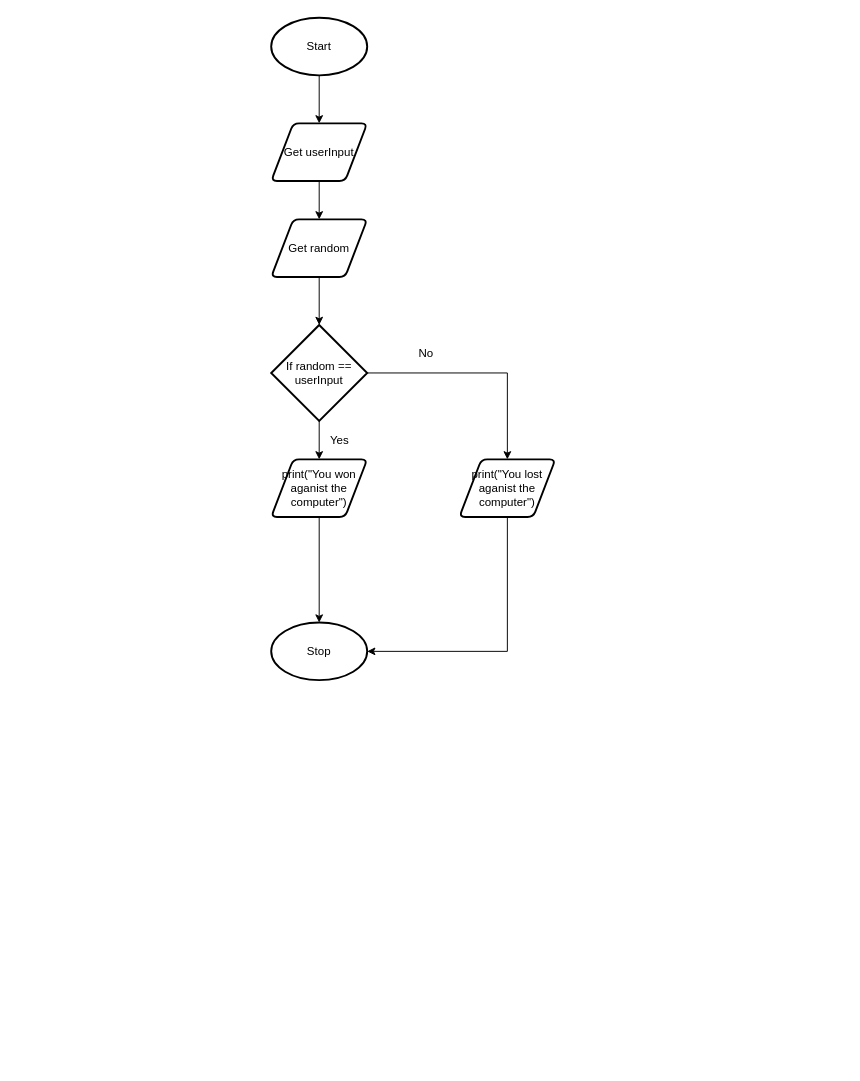
The draw.io diagram design/flowchart.drawio in michael-clermont1/ics4u-assignment-1-typescript, before the edit. Source tidied: cells renumbered, new cells numbered last; positions are measured from the earlier drawing's top-left corner, leaving out a move shared by most shapes. Both pictures are drawn from the tidied source at 96%, with x=0, y=0 at pixel (271, 17).
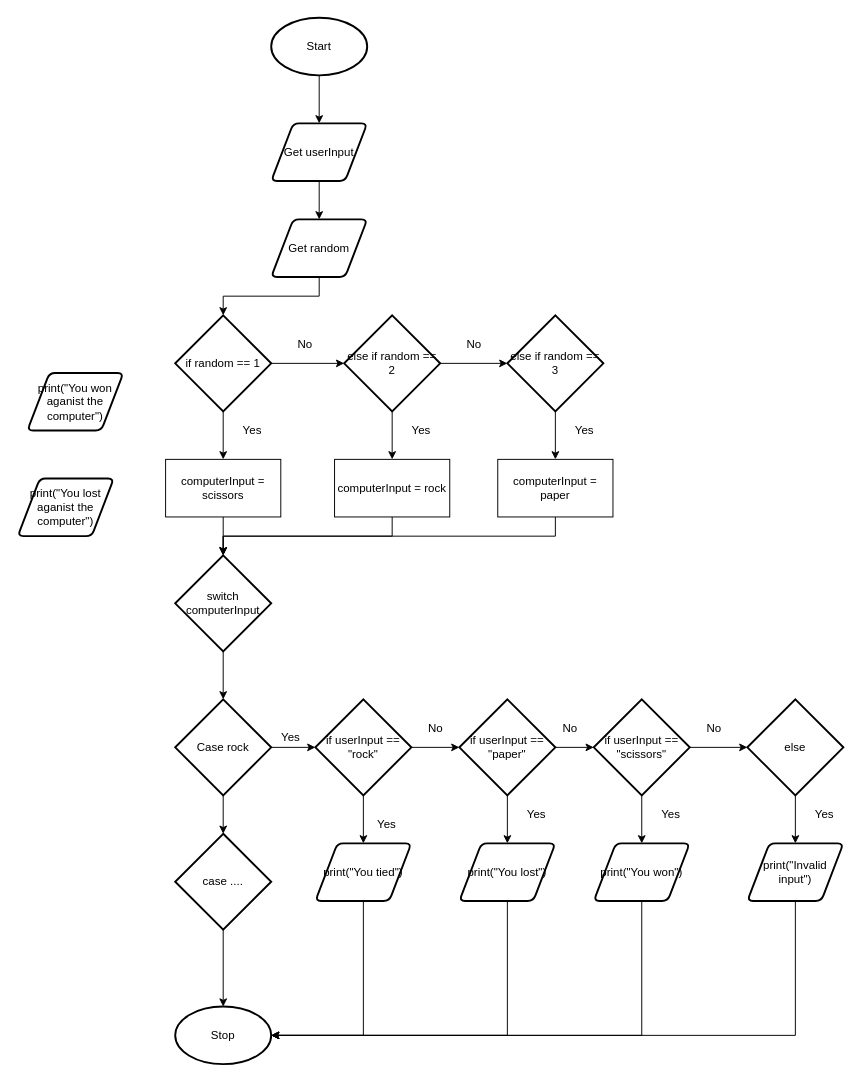
After the change.

Unchanged cells that the change refers to:
```xml
<mxCell id="7" value="Get random" style="shape=parallelogram;html=1;strokeWidth=2;perimeter=parallelogramPerimeter;whiteSpace=wrap;rounded=1;arcSize=12;size=0.23;" parent="1" vertex="1">
  <mxGeometry y="210" width="100" height="60" as="geometry" />
</mxCell>
```

What changed in the source:
```diff
@@
-    <mxCell id="6" style="edgeStyle=orthogonalEdgeStyle;rounded=0;html=1;entryX=0.5;entryY=0;entryDx=0;entryDy=0;entryPerimeter=0;" parent="1" edge="1" source="7" target="10">
-      <mxGeometry relative="1" as="geometry" />
-    </mxCell>
+    <mxCell id="18" style="edgeStyle=orthogonalEdgeStyle;html=1;entryX=0.5;entryY=0;entryDx=0;entryDy=0;entryPerimeter=0;rounded=0;" parent="1" edge="1" source="7" target="22">
+      <mxGeometry relative="1" as="geometry" />
+    </mxCell>
@@
-    <mxCell id="8" style="edgeStyle=orthogonalEdgeStyle;rounded=0;html=1;entryX=0.5;entryY=0;entryDx=0;entryDy=0;" parent="1" edge="1" source="10" target="12">
-      <mxGeometry relative="1" as="geometry" />
-    </mxCell>
-    <mxCell id="9" style="edgeStyle=orthogonalEdgeStyle;rounded=0;html=1;entryX=0.5;entryY=0;entryDx=0;entryDy=0;" parent="1" edge="1" source="10" target="15">
-      <mxGeometry relative="1" as="geometry" />
-    </mxCell>
+    <mxCell id="19" style="edgeStyle=orthogonalEdgeStyle;rounded=0;html=1;entryX=0.5;entryY=0;entryDx=0;entryDy=0;entryPerimeter=0;" parent="1" edge="1" source="10" target="40">
+      <mxGeometry relative="1" as="geometry" />
+    </mxCell>
-    <mxCell id="10" value="If random == userInput" style="strokeWidth=2;html=1;shape=mxgraph.flowchart.decision;whiteSpace=wrap;" parent="1" vertex="1">
-      <mxGeometry y="320" width="100" height="100" as="geometry" />
+    <mxCell id="10" value="switch computerInput" style="strokeWidth=2;html=1;shape=mxgraph.flowchart.decision;whiteSpace=wrap;" parent="1" vertex="1">
+      <mxGeometry x="-100" y="560" width="100" height="100" as="geometry" />
     </mxCell>
-    <mxCell id="11" style="edgeStyle=orthogonalEdgeStyle;rounded=0;html=1;entryX=0.5;entryY=0;entryDx=0;entryDy=0;entryPerimeter=0;" parent="1" edge="1" source="12" target="13">
-      <mxGeometry relative="1" as="geometry" />
-    </mxCell>
     <mxCell id="12" value="print(&quot;You won aganist the computer&quot;)" style="shape=parallelogram;html=1;strokeWidth=2;perimeter=parallelogramPerimeter;whiteSpace=wrap;rounded=1;arcSize=12;size=0.23;" parent="1" vertex="1">
-      <mxGeometry y="460" width="100" height="60" as="geometry" />
+      <mxGeometry x="-254" y="370" width="100" height="60" as="geometry" />
     </mxCell>
     <mxCell id="13" value="Stop" style="strokeWidth=2;html=1;shape=mxgraph.flowchart.start_1;whiteSpace=wrap;" parent="1" vertex="1">
-      <mxGeometry y="630" width="100" height="60" as="geometry" />
+      <mxGeometry x="-100" y="1030" width="100" height="60" as="geometry" />
     </mxCell>
-    <mxCell id="14" style="edgeStyle=orthogonalEdgeStyle;rounded=0;html=1;entryX=1;entryY=0.5;entryDx=0;entryDy=0;entryPerimeter=0;" parent="1" edge="1" source="15" target="13">
-      <mxGeometry relative="1" as="geometry">
-        <Array as="points">
-          <mxPoint x="246" y="660" />
-        </Array>
-      </mxGeometry>
-    </mxCell>
     <mxCell id="15" value="print(&quot;You lost aganist the computer&quot;)" style="shape=parallelogram;html=1;strokeWidth=2;perimeter=parallelogramPerimeter;whiteSpace=wrap;rounded=1;arcSize=12;size=0.23;" parent="1" vertex="1">
-      <mxGeometry x="196" y="460" width="100" height="60" as="geometry" />
+      <mxGeometry x="-264" y="480" width="100" height="60" as="geometry" />
     </mxCell>
-    <mxCell id="16" value="No" style="text;html=1;align=center;verticalAlign=middle;strokeColor=none;fillColor=none;" parent="1" vertex="1">
-      <mxGeometry x="146" y="340" width="30" height="20" as="geometry" />
-    </mxCell>
     <mxCell id="17" value="Yes" style="text;html=1;align=center;verticalAlign=middle;strokeColor=none;fillColor=none;" parent="1" vertex="1">
-      <mxGeometry x="51" y="430" width="40" height="20" as="geometry" />
+      <mxGeometry x="-40" y="420" width="40" height="20" as="geometry" />
     </mxCell>
+    <mxCell id="20" style="edgeStyle=orthogonalEdgeStyle;rounded=0;html=1;entryX=0;entryY=0.5;entryDx=0;entryDy=0;entryPerimeter=0;" parent="1" edge="1" source="22" target="27">
+      <mxGeometry relative="1" as="geometry" />
+    </mxCell>
+    <mxCell id="21" style="edgeStyle=orthogonalEdgeStyle;rounded=0;html=1;entryX=0.5;entryY=0;entryDx=0;entryDy=0;" parent="1" edge="1" source="22" target="24">
+      <mxGeometry relative="1" as="geometry" />
+    </mxCell>
+    <mxCell id="22" value="if random == 1" style="strokeWidth=2;html=1;shape=mxgraph.flowchart.decision;whiteSpace=wrap;" parent="1" vertex="1">
+      <mxGeometry x="-100" y="310" width="100" height="100" as="geometry" />
+    </mxCell>
+    <mxCell id="23" style="edgeStyle=orthogonalEdgeStyle;rounded=0;html=1;entryX=0.5;entryY=0;entryDx=0;entryDy=0;entryPerimeter=0;" parent="1" edge="1" source="24" target="10">
+      <mxGeometry relative="1" as="geometry" />
+    </mxCell>
+    <mxCell id="24" value="computerInput = scissors" style="rounded=0;whiteSpace=wrap;html=1;" parent="1" vertex="1">
+      <mxGeometry x="-110" y="460" width="120" height="60" as="geometry" />
+    </mxCell>
+    <mxCell id="25" style="edgeStyle=orthogonalEdgeStyle;rounded=0;html=1;entryX=0;entryY=0.5;entryDx=0;entryDy=0;entryPerimeter=0;" parent="1" edge="1" source="27" target="33">
+      <mxGeometry relative="1" as="geometry" />
+    </mxCell>
+    <mxCell id="26" style="edgeStyle=orthogonalEdgeStyle;rounded=0;html=1;entryX=0.5;entryY=0;entryDx=0;entryDy=0;" parent="1" edge="1" source="27" target="29">
+      <mxGeometry relative="1" as="geometry" />
+    </mxCell>
+    <mxCell id="27" value="else if random == 2" style="strokeWidth=2;html=1;shape=mxgraph.flowchart.decision;whiteSpace=wrap;" parent="1" vertex="1">
+      <mxGeometry x="76" y="310" width="100" height="100" as="geometry" />
+    </mxCell>
+    <mxCell id="28" style="edgeStyle=orthogonalEdgeStyle;rounded=0;html=1;entryX=0.5;entryY=0;entryDx=0;entryDy=0;entryPerimeter=0;" parent="1" edge="1" source="29" target="10">
+      <mxGeometry relative="1" as="geometry">
+        <Array as="points">
+          <mxPoint x="126" y="540" />
+          <mxPoint x="-50" y="540" />
+        </Array>
+      </mxGeometry>
+    </mxCell>
+    <mxCell id="29" value="computerInput = rock" style="rounded=0;whiteSpace=wrap;html=1;" parent="1" vertex="1">
+      <mxGeometry x="66" y="460" width="120" height="60" as="geometry" />
+    </mxCell>
+    <mxCell id="30" style="edgeStyle=orthogonalEdgeStyle;rounded=0;html=1;entryX=0.5;entryY=0;entryDx=0;entryDy=0;entryPerimeter=0;" parent="1" edge="1" source="31" target="10">
+      <mxGeometry relative="1" as="geometry">
+        <Array as="points">
+          <mxPoint x="296" y="540" />
+          <mxPoint x="-50" y="540" />
+        </Array>
+      </mxGeometry>
+    </mxCell>
+    <mxCell id="31" value="computerInput = paper" style="rounded=0;whiteSpace=wrap;html=1;" parent="1" vertex="1">
+      <mxGeometry x="236" y="460" width="120" height="60" as="geometry" />
+    </mxCell>
+    <mxCell id="32" style="edgeStyle=orthogonalEdgeStyle;rounded=0;html=1;entryX=0.5;entryY=0;entryDx=0;entryDy=0;" parent="1" edge="1" source="33" target="31">
+      <mxGeometry relative="1" as="geometry" />
+    </mxCell>
+    <mxCell id="33" value="else if random == 3" style="strokeWidth=2;html=1;shape=mxgraph.flowchart.decision;whiteSpace=wrap;" parent="1" vertex="1">
+      <mxGeometry x="246" y="310" width="100" height="100" as="geometry" />
+    </mxCell>
+    <mxCell id="34" value="No" style="text;html=1;align=center;verticalAlign=middle;strokeColor=none;fillColor=none;" parent="1" vertex="1">
+      <mxGeometry x="19.5" y="330" width="30" height="20" as="geometry" />
+    </mxCell>
+    <mxCell id="35" value="No" style="text;html=1;align=center;verticalAlign=middle;strokeColor=none;fillColor=none;" parent="1" vertex="1">
+      <mxGeometry x="196" y="330" width="30" height="20" as="geometry" />
+    </mxCell>
+    <mxCell id="36" value="Yes" style="text;html=1;align=center;verticalAlign=middle;strokeColor=none;fillColor=none;" parent="1" vertex="1">
+      <mxGeometry x="136" y="420" width="40" height="20" as="geometry" />
+    </mxCell>
+    <mxCell id="37" value="Yes" style="text;html=1;align=center;verticalAlign=middle;strokeColor=none;fillColor=none;" parent="1" vertex="1">
+      <mxGeometry x="306" y="420" width="40" height="20" as="geometry" />
+    </mxCell>
+    <mxCell id="38" style="edgeStyle=orthogonalEdgeStyle;rounded=0;html=1;entryX=0;entryY=0.5;entryDx=0;entryDy=0;entryPerimeter=0;" parent="1" edge="1" source="40" target="43">
+      <mxGeometry relative="1" as="geometry" />
+    </mxCell>
+    <mxCell id="39" style="edgeStyle=orthogonalEdgeStyle;rounded=0;html=1;entryX=0.5;entryY=0;entryDx=0;entryDy=0;entryPerimeter=0;" parent="1" edge="1" source="40" target="69">
+      <mxGeometry relative="1" as="geometry" />
+    </mxCell>
+    <mxCell id="40" value="Case rock" style="strokeWidth=2;html=1;shape=mxgraph.flowchart.decision;whiteSpace=wrap;" parent="1" vertex="1">
+      <mxGeometry x="-100" y="710" width="100" height="100" as="geometry" />
+    </mxCell>
+    <mxCell id="41" style="edgeStyle=orthogonalEdgeStyle;rounded=0;html=1;entryX=0.5;entryY=0;entryDx=0;entryDy=0;" parent="1" edge="1" source="43" target="51">
+      <mxGeometry relative="1" as="geometry" />
+    </mxCell>
+    <mxCell id="42" style="edgeStyle=orthogonalEdgeStyle;rounded=0;html=1;entryX=0;entryY=0.5;entryDx=0;entryDy=0;entryPerimeter=0;" parent="1" edge="1" source="43" target="46">
+      <mxGeometry relative="1" as="geometry" />
+    </mxCell>
+    <mxCell id="43" value="if userInput == &quot;rock&quot;" style="strokeWidth=2;html=1;shape=mxgraph.flowchart.decision;whiteSpace=wrap;" parent="1" vertex="1">
+      <mxGeometry x="46" y="710" width="100" height="100" as="geometry" />
+    </mxCell>
+    <mxCell id="44" style="edgeStyle=orthogonalEdgeStyle;rounded=0;html=1;entryX=0.5;entryY=0;entryDx=0;entryDy=0;" parent="1" edge="1" source="46" target="53">
+      <mxGeometry relative="1" as="geometry" />
+    </mxCell>
+    <mxCell id="45" style="edgeStyle=orthogonalEdgeStyle;rounded=0;html=1;entryX=0;entryY=0.5;entryDx=0;entryDy=0;entryPerimeter=0;" parent="1" edge="1" source="46" target="49">
+      <mxGeometry relative="1" as="geometry" />
+    </mxCell>
+    <mxCell id="46" value="if userInput == &quot;paper&quot;" style="strokeWidth=2;html=1;shape=mxgraph.flowchart.decision;whiteSpace=wrap;" parent="1" vertex="1">
+      <mxGeometry x="196" y="710" width="100" height="100" as="geometry" />
+    </mxCell>
+    <mxCell id="47" style="edgeStyle=orthogonalEdgeStyle;rounded=0;html=1;entryX=0.5;entryY=0;entryDx=0;entryDy=0;" parent="1" edge="1" source="49" target="55">
+      <mxGeometry relative="1" as="geometry" />
+    </mxCell>
+    <mxCell id="48" style="edgeStyle=orthogonalEdgeStyle;rounded=0;html=1;entryX=0;entryY=0.5;entryDx=0;entryDy=0;entryPerimeter=0;" parent="1" edge="1" source="49" target="57">
+      <mxGeometry relative="1" as="geometry" />
+    </mxCell>
+    <mxCell id="49" value="if userInput == &quot;scissors&quot;" style="strokeWidth=2;html=1;shape=mxgraph.flowchart.decision;whiteSpace=wrap;" parent="1" vertex="1">
+      <mxGeometry x="336" y="710" width="100" height="100" as="geometry" />
+    </mxCell>
+    <mxCell id="50" style="edgeStyle=orthogonalEdgeStyle;rounded=0;html=1;entryX=1;entryY=0.5;entryDx=0;entryDy=0;entryPerimeter=0;" parent="1" edge="1" source="51" target="13">
+      <mxGeometry relative="1" as="geometry">
+        <Array as="points">
+          <mxPoint x="96" y="1060" />
+        </Array>
+      </mxGeometry>
+    </mxCell>
+    <mxCell id="51" value="print(&quot;You tied&quot;)" style="shape=parallelogram;html=1;strokeWidth=2;perimeter=parallelogramPerimeter;whiteSpace=wrap;rounded=1;arcSize=12;size=0.23;" parent="1" vertex="1">
+      <mxGeometry x="46" y="860" width="100" height="60" as="geometry" />
+    </mxCell>
+    <mxCell id="52" style="edgeStyle=orthogonalEdgeStyle;rounded=0;html=1;entryX=1;entryY=0.5;entryDx=0;entryDy=0;entryPerimeter=0;" parent="1" edge="1" source="53" target="13">
+      <mxGeometry relative="1" as="geometry">
+        <Array as="points">
+          <mxPoint x="246" y="1060" />
+        </Array>
+      </mxGeometry>
+    </mxCell>
+    <mxCell id="53" value="print(&quot;You lost&quot;)" style="shape=parallelogram;html=1;strokeWidth=2;perimeter=parallelogramPerimeter;whiteSpace=wrap;rounded=1;arcSize=12;size=0.23;" parent="1" vertex="1">
+      <mxGeometry x="196" y="860" width="100" height="60" as="geometry" />
+    </mxCell>
+    <mxCell id="54" style="edgeStyle=orthogonalEdgeStyle;rounded=0;html=1;entryX=1;entryY=0.5;entryDx=0;entryDy=0;entryPerimeter=0;" parent="1" edge="1" source="55" target="13">
+      <mxGeometry relative="1" as="geometry">
+        <Array as="points">
+          <mxPoint x="386" y="1060" />
+        </Array>
+      </mxGeometry>
+    </mxCell>
+    <mxCell id="55" value="print(&quot;You won&quot;)" style="shape=parallelogram;html=1;strokeWidth=2;perimeter=parallelogramPerimeter;whiteSpace=wrap;rounded=1;arcSize=12;size=0.23;" parent="1" vertex="1">
+      <mxGeometry x="336" y="860" width="100" height="60" as="geometry" />
+    </mxCell>
+    <mxCell id="56" style="edgeStyle=orthogonalEdgeStyle;rounded=0;html=1;entryX=0.5;entryY=0;entryDx=0;entryDy=0;" parent="1" edge="1" source="57" target="59">
+      <mxGeometry relative="1" as="geometry" />
+    </mxCell>
+    <mxCell id="57" value="else" style="strokeWidth=2;html=1;shape=mxgraph.flowchart.decision;whiteSpace=wrap;" parent="1" vertex="1">
+      <mxGeometry x="496" y="710" width="100" height="100" as="geometry" />
+    </mxCell>
+    <mxCell id="58" style="edgeStyle=orthogonalEdgeStyle;rounded=0;html=1;entryX=1;entryY=0.5;entryDx=0;entryDy=0;entryPerimeter=0;" parent="1" edge="1" source="59" target="13">
+      <mxGeometry relative="1" as="geometry">
+        <Array as="points">
+          <mxPoint x="546" y="1060" />
+        </Array>
+      </mxGeometry>
+    </mxCell>
+    <mxCell id="59" value="print(&quot;Invalid input&quot;)" style="shape=parallelogram;html=1;strokeWidth=2;perimeter=parallelogramPerimeter;whiteSpace=wrap;rounded=1;arcSize=12;size=0.23;" parent="1" vertex="1">
+      <mxGeometry x="496" y="860" width="100" height="60" as="geometry" />
+    </mxCell>
+    <mxCell id="60" value="Yes" style="text;html=1;align=center;verticalAlign=middle;strokeColor=none;fillColor=none;" parent="1" vertex="1">
+      <mxGeometry y="740" width="40" height="20" as="geometry" />
+    </mxCell>
+    <mxCell id="61" value="No" style="text;html=1;align=center;verticalAlign=middle;strokeColor=none;fillColor=none;" parent="1" vertex="1">
+      <mxGeometry x="156" y="730" width="30" height="20" as="geometry" />
+    </mxCell>
+    <mxCell id="62" value="No" style="text;html=1;align=center;verticalAlign=middle;strokeColor=none;fillColor=none;" parent="1" vertex="1">
+      <mxGeometry x="296" y="730" width="30" height="20" as="geometry" />
+    </mxCell>
+    <mxCell id="63" value="No" style="text;html=1;align=center;verticalAlign=middle;strokeColor=none;fillColor=none;" parent="1" vertex="1">
+      <mxGeometry x="446" y="730" width="30" height="20" as="geometry" />
+    </mxCell>
+    <mxCell id="64" value="Yes" style="text;html=1;align=center;verticalAlign=middle;strokeColor=none;fillColor=none;" parent="1" vertex="1">
+      <mxGeometry x="100" y="830" width="40" height="20" as="geometry" />
+    </mxCell>
+    <mxCell id="65" value="Yes" style="text;html=1;align=center;verticalAlign=middle;strokeColor=none;fillColor=none;" parent="1" vertex="1">
+      <mxGeometry x="256" y="820" width="40" height="20" as="geometry" />
+    </mxCell>
+    <mxCell id="66" value="Yes" style="text;html=1;align=center;verticalAlign=middle;strokeColor=none;fillColor=none;" parent="1" vertex="1">
+      <mxGeometry x="396" y="820" width="40" height="20" as="geometry" />
+    </mxCell>
+    <mxCell id="67" value="Yes" style="text;html=1;align=center;verticalAlign=middle;strokeColor=none;fillColor=none;" parent="1" vertex="1">
+      <mxGeometry x="556" y="820" width="40" height="20" as="geometry" />
+    </mxCell>
+    <mxCell id="68" style="edgeStyle=orthogonalEdgeStyle;rounded=0;html=1;entryX=0.5;entryY=0;entryDx=0;entryDy=0;entryPerimeter=0;" parent="1" edge="1" source="69" target="13">
+      <mxGeometry relative="1" as="geometry" />
+    </mxCell>
+    <mxCell id="69" value="case ...." style="strokeWidth=2;html=1;shape=mxgraph.flowchart.decision;whiteSpace=wrap;" parent="1" vertex="1">
+      <mxGeometry x="-100" y="850" width="100" height="100" as="geometry" />
+    </mxCell>
```
